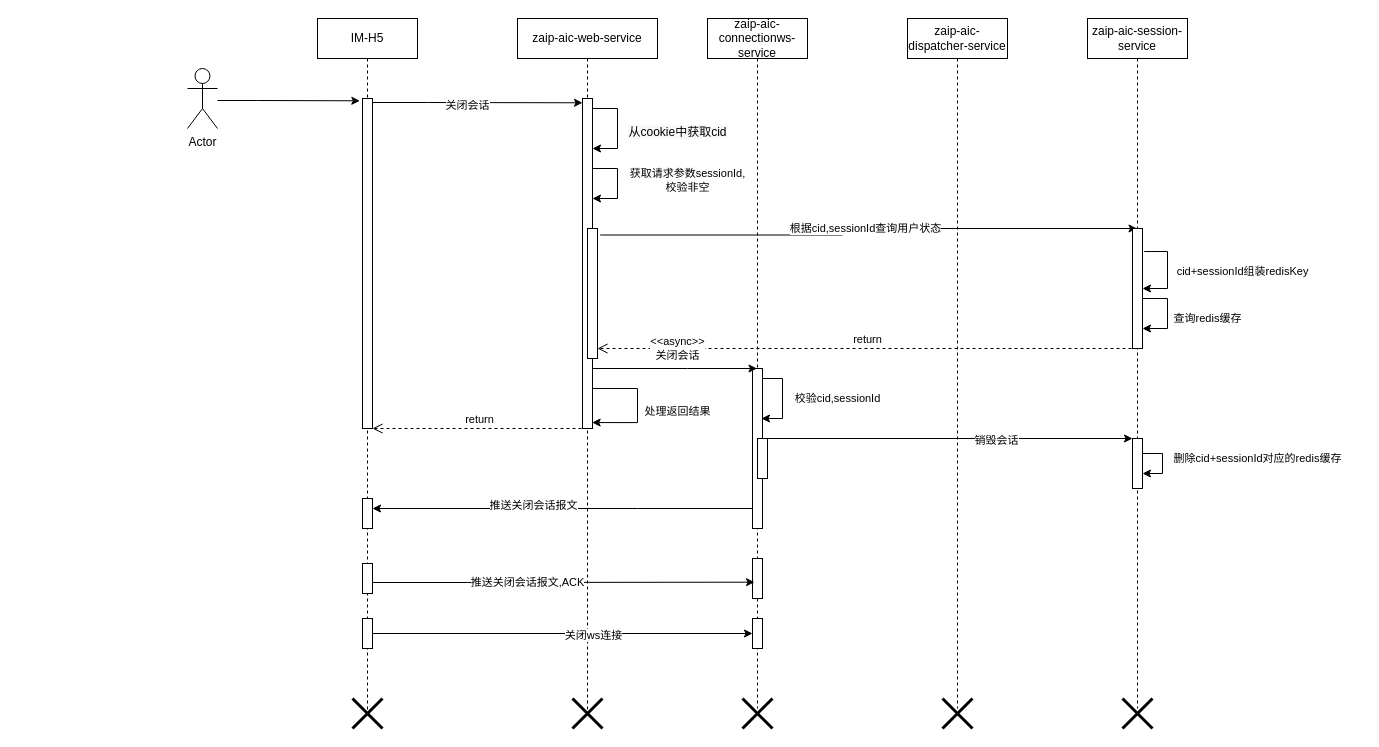
Earlier version of the draw.io diagram 关闭会话.drawio (hack0303/draw.io-store). Source tidied: cells renumbered, new cells numbered last; positions are measured from the earlier drawing's top-left corner, leaving out a move shared by most shapes. Both pictures are drawn from the tidied source at 100%, with x=0, y=0 at pixel (187, 18).
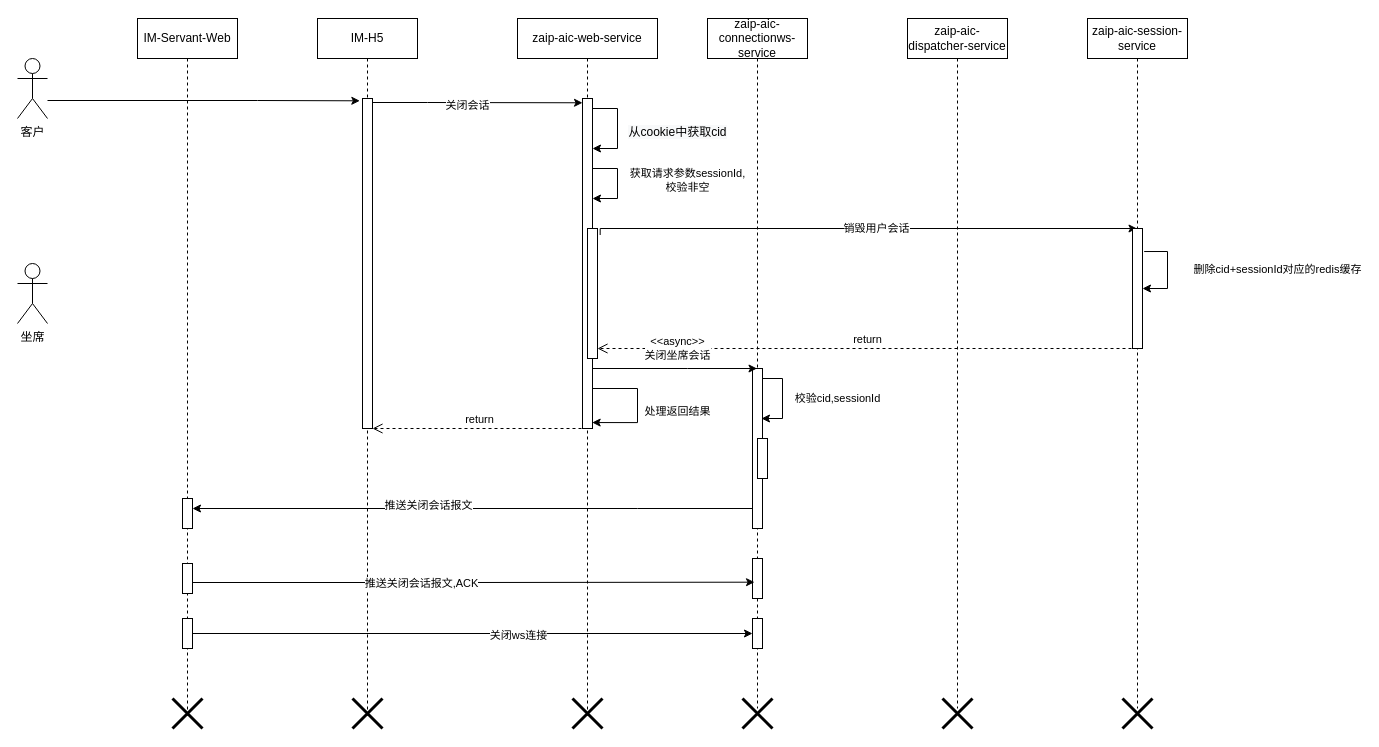
The same page after the edit.

Commit message:
更新关闭会话.drawio

The change refers to these unchanged cells:
```xml
<mxCell id="3" value="zaip-aic-connectionws-service" style="shape=umlLifeline;perimeter=lifelinePerimeter;whiteSpace=wrap;html=1;outlineConnect=0;" parent="1" vertex="1">
  <mxGeometry x="520" width="100" height="690" as="geometry" />
</mxCell>
<mxCell id="6" style="html=1;points=[];perimeter=orthogonalPerimeter;" parent="3" vertex="1">
  <mxGeometry x="50" y="420" width="10" height="40" as="geometry" />
</mxCell>
<mxCell id="9" value="zaip-aic-session-service" style="shape=umlLifeline;perimeter=lifelinePerimeter;whiteSpace=wrap;html=1;outlineConnect=0;" parent="1" vertex="1">
  <mxGeometry x="900" width="100" height="690" as="geometry" />
</mxCell>
<mxCell id="10" style="html=1;points=[];perimeter=orthogonalPerimeter;" parent="9" vertex="1">
  <mxGeometry x="45" y="210" width="10" height="120" as="geometry" />
</mxCell>
<mxCell id="17" style="html=1;points=[];perimeter=orthogonalPerimeter;" parent="16" vertex="1">
  <mxGeometry x="65" y="80" width="10" height="330" as="geometry" />
</mxCell>
<mxCell id="21" style="html=1;points=[];perimeter=orthogonalPerimeter;" parent="16" vertex="1">
  <mxGeometry x="70" y="210" width="10" height="130" as="geometry" />
</mxCell>
<mxCell id="30" value="IM-H5" style="shape=umlLifeline;perimeter=lifelinePerimeter;whiteSpace=wrap;html=1;" parent="1" vertex="1">
  <mxGeometry x="130" width="100" height="700" as="geometry" />
</mxCell>
```

Diff of the diagram source:
```diff
@@
-    <mxCell id="2" value="根据cid,sessionId查询用户状态" style="edgeStyle=orthogonalEdgeStyle;rounded=0;jettySize=auto;html=1;exitX=1.267;exitY=0.05;exitDx=0;exitDy=0;exitPerimeter=0;" parent="1" edge="1" source="21" target="9">
-      <mxGeometry relative="1" as="geometry">
+    <mxCell id="2" value="销毁用户会话" style="edgeStyle=orthogonalEdgeStyle;rounded=0;jettySize=auto;html=1;exitX=1.267;exitY=0.05;exitDx=0;exitDy=0;exitPerimeter=0;" parent="1" edge="1" source="21" target="9">
+      <mxGeometry x="0.04" relative="1" as="geometry">
         <Array as="points">
-          <mxPoint x="655" y="217" />
-          <mxPoint x="655" y="210" />
+          <mxPoint x="413" y="210" />
         </Array>
       </mxGeometry>
     </mxCell>
@@
-    <mxCell id="11" value="cid+sessionId组装redisKey" style="edgeStyle=orthogonalEdgeStyle;rounded=0;orthogonalLoop=1;jettySize=auto;html=1;exitX=1.167;exitY=0.192;exitDx=0;exitDy=0;exitPerimeter=0;" parent="9" edge="1" source="10" target="10">
-      <mxGeometry y="75" relative="1" as="geometry">
+    <mxCell id="11" value="删除cid+sessionId对应的redis缓存" style="edgeStyle=orthogonalEdgeStyle;rounded=0;orthogonalLoop=1;jettySize=auto;html=1;exitX=1.167;exitY=0.192;exitDx=0;exitDy=0;exitPerimeter=0;" parent="9" edge="1" source="10" target="10">
+      <mxGeometry x="-0.05" y="110" relative="1" as="geometry">
         <Array as="points">
           <mxPoint x="80" y="233" />
           <mxPoint x="80" y="270" />
         </Array>
       </mxGeometry>
     </mxCell>
-    <mxCell id="12" value="查询redis缓存" style="edgeStyle=orthogonalEdgeStyle;rounded=0;jettySize=auto;html=1;" parent="9" edge="1" source="10">
-      <mxGeometry x="0.12" y="40" relative="1" as="geometry">
-        <mxPoint x="55" y="310" as="targetPoint" />
-        <Array as="points">
-          <mxPoint x="80" y="280" />
-          <mxPoint x="80" y="310" />
-        </Array>
-      </mxGeometry>
-    </mxCell>
-    <mxCell id="13" style="html=1;points=[];perimeter=orthogonalPerimeter;" parent="9" vertex="1">
-      <mxGeometry x="45" y="420" width="10" height="50" as="geometry" />
-    </mxCell>
-    <mxCell id="14" value="删除cid+sessionId对应的redis缓存" style="edgeStyle=orthogonalEdgeStyle;rounded=0;orthogonalLoop=1;jettySize=auto;html=1;" parent="9" edge="1" source="13" target="13">
-      <mxGeometry x="-0.17" y="95" relative="1" as="geometry" />
-    </mxCell>
@@
-    <mxCell id="25" value="&amp;lt;&amp;lt;async&amp;gt;&amp;gt;&lt;br&gt;关闭会话" style="edgeStyle=orthogonalEdgeStyle;rounded=0;jettySize=auto;html=1;" parent="1" edge="1" source="17" target="3">
+    <mxCell id="25" value="&amp;lt;&amp;lt;async&amp;gt;&amp;gt;&lt;br&gt;关闭坐席会话" style="edgeStyle=orthogonalEdgeStyle;rounded=0;jettySize=auto;html=1;" parent="1" edge="1" source="17" target="3">
       <mxGeometry x="0.03" y="20" relative="1" as="geometry">
         <Array as="points">
           <mxPoint x="500" y="350" />
           <mxPoint x="500" y="350" />
         </Array>
       </mxGeometry>
     </mxCell>
-    <mxCell id="26" style="edgeStyle=orthogonalEdgeStyle;rounded=0;jettySize=auto;html=1;" parent="1" edge="1" source="6">
-      <mxGeometry relative="1" as="geometry">
-        <mxPoint x="945" y="420" as="targetPoint" />
-        <Array as="points">
-          <mxPoint x="945" y="420" />
-        </Array>
-      </mxGeometry>
-    </mxCell>
-    <mxCell id="27" value="销毁会话" style="edgeLabel;html=1;align=center;verticalAlign=middle;" parent="26" vertex="1">
-      <mxGeometry x="0.25" y="-1" relative="1" as="geometry" />
-    </mxCell>
@@
-    <mxCell id="29" value="Actor" style="shape=umlActor;verticalLabelPosition=bottom;verticalAlign=top;html=1;" parent="1" vertex="1">
-      <mxGeometry y="50" width="30" height="60" as="geometry" />
+    <mxCell id="29" value="客户" style="shape=umlActor;verticalLabelPosition=bottom;verticalAlign=top;html=1;" parent="1" vertex="1">
+      <mxGeometry x="-170" y="40" width="30" height="60" as="geometry" />
     </mxCell>
@@
-    <mxCell id="32" style="html=1;points=[];perimeter=orthogonalPerimeter;" parent="30" vertex="1">
-      <mxGeometry x="45" y="545" width="10" height="30" as="geometry" />
-    </mxCell>
-    <mxCell id="33" style="html=1;points=[];perimeter=orthogonalPerimeter;" parent="30" vertex="1">
-      <mxGeometry x="45" y="600" width="10" height="30" as="geometry" />
-    </mxCell>
@@
-    <mxCell id="37" style="html=1;points=[];perimeter=orthogonalPerimeter;" parent="1" vertex="1">
-      <mxGeometry x="175" y="480" width="10" height="30" as="geometry" />
-    </mxCell>
@@
+    <mxCell id="47" value="坐席" style="shape=umlActor;verticalLabelPosition=bottom;verticalAlign=top;html=1;" parent="1" vertex="1">
+      <mxGeometry x="-170" y="245" width="30" height="60" as="geometry" />
+    </mxCell>
+    <mxCell id="48" value="IM-Servant-Web" style="shape=umlLifeline;perimeter=lifelinePerimeter;whiteSpace=wrap;html=1;" parent="1" vertex="1">
+      <mxGeometry x="-50" width="100" height="700" as="geometry" />
+    </mxCell>
+    <mxCell id="37" style="html=1;points=[];perimeter=orthogonalPerimeter;" parent="48" vertex="1">
+      <mxGeometry x="45" y="480" width="10" height="30" as="geometry" />
+    </mxCell>
+    <mxCell id="32" style="html=1;points=[];perimeter=orthogonalPerimeter;" parent="48" vertex="1">
+      <mxGeometry x="45" y="545" width="10" height="30" as="geometry" />
+    </mxCell>
+    <mxCell id="33" style="html=1;points=[];perimeter=orthogonalPerimeter;" parent="48" vertex="1">
+      <mxGeometry x="45" y="600" width="10" height="30" as="geometry" />
+    </mxCell>
+    <mxCell id="49" style="shape=umlDestroy;whiteSpace=wrap;html=1;strokeWidth=3;" parent="48" vertex="1">
+      <mxGeometry x="35" y="680" width="30" height="30" as="geometry" />
+    </mxCell>
```
